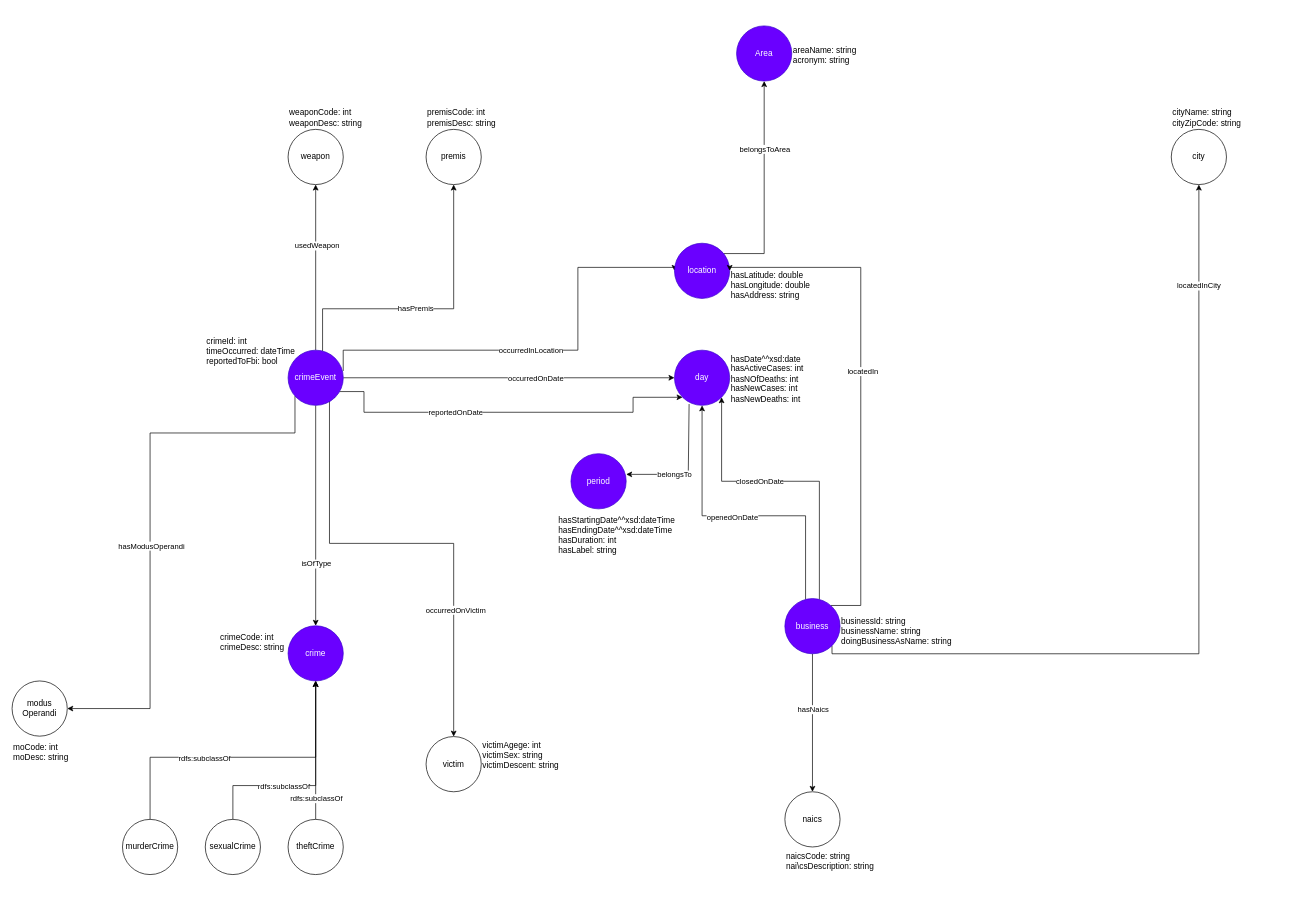
This is requirements analysis/Bitsei_ontology.drawio from mircocazzaro/bitsei-db2-unipd, a draw.io file, before an edit. Source tidied: cells renumbered, new cells numbered last; positions are measured from the earlier drawing's top-left corner, leaving out a move shared by most shapes. Both pictures are drawn from the tidied source at 69%, with x=0, y=0 at pixel (12, 12).
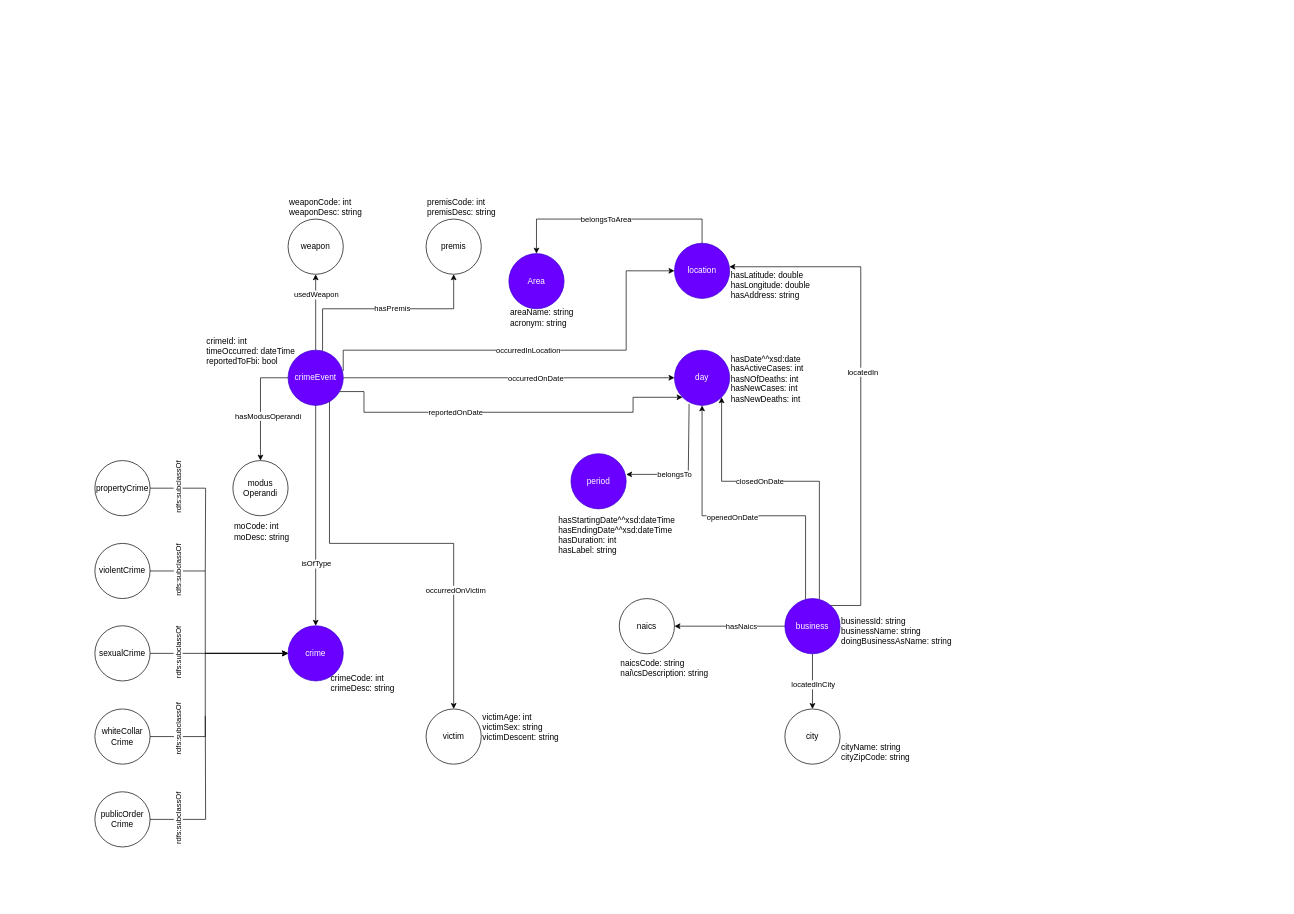
The same page after the edit.

Commit message:
feat(drawio): added the 5 subclasses of crime

The change refers to these unchanged cells:
```xml
<mxCell id="2" style="edgeStyle=orthogonalEdgeStyle;rounded=0;jettySize=auto;html=1;" parent="1" edge="1" source="18" target="20">
  <mxGeometry relative="1" as="geometry" />
</mxCell>
<mxCell id="6" style="edgeStyle=orthogonalEdgeStyle;rounded=0;jettySize=auto;html=1;" parent="1" edge="1" source="18" target="25">
  <mxGeometry relative="1" as="geometry">
    <Array as="points">
      <mxPoint x="450" y="430" />
      <mxPoint x="640" y="430" />
    </Array>
  </mxGeometry>
</mxCell>
<mxCell id="18" value="crimeEvent" style="ellipse;whiteSpace=wrap;html=1;fillColor=#6a00ff;strokeColor=#3700CC;fontColor=#ffffff;" parent="1" vertex="1">
  <mxGeometry x="400" y="490" width="80" height="80" as="geometry" />
</mxCell>
<mxCell id="19" value="crime" style="ellipse;whiteSpace=wrap;html=1;fillColor=#6a00ff;strokeColor=#3700CC;fontColor=#ffffff;" parent="1" vertex="1">
  <mxGeometry x="400" y="889.4" width="80" height="80" as="geometry" />
</mxCell>
<mxCell id="23" value="location" style="ellipse;whiteSpace=wrap;html=1;fillColor=#6a00ff;strokeColor=#3700CC;fontColor=#ffffff;" parent="1" vertex="1">
  <mxGeometry x="960" y="335" width="80" height="80" as="geometry" />
</mxCell>
<mxCell id="38" value="business" style="ellipse;whiteSpace=wrap;html=1;fillColor=#6a00ff;strokeColor=#3700CC;fontColor=#ffffff;" parent="1" vertex="1">
  <mxGeometry x="1120" y="850" width="80" height="80" as="geometry" />
</mxCell>
<mxCell id="57" value="&lt;div&gt;hasLatitude: double&lt;/div&gt;&lt;div&gt;hasLongitude: double&lt;br&gt;&lt;/div&gt;&lt;div&gt;hasAddress: string&lt;br&gt;&lt;/div&gt;" style="text;html=1;strokeColor=none;fillColor=none;align=left;verticalAlign=bottom;whiteSpace=wrap;rounded=0;" parent="1" vertex="1">
  <mxGeometry x="1040" y="340" width="160" height="80" as="geometry" />
</mxCell>
<mxCell id="59" value="&lt;div&gt;crimeId: int&lt;/div&gt;&lt;div&gt;timeOccurred: dateTime&lt;/div&gt;&lt;div&gt;reportedToFbi: bool&lt;/div&gt;&lt;div&gt;&lt;br&gt;&lt;/div&gt;" style="text;html=1;strokeColor=none;fillColor=none;align=left;verticalAlign=bottom;whiteSpace=wrap;rounded=0;" parent="1" vertex="1">
  <mxGeometry x="280" y="450" width="160" height="80" as="geometry" />
</mxCell>
```

Diff of the diagram source:
```diff
@@
     <mxCell id="3" value="usedWeapon" style="edgeLabel;html=1;align=center;verticalAlign=middle;" parent="2" vertex="1">
-      <mxGeometry x="0.27" y="-1" relative="1" as="geometry" />
+      <mxGeometry x="0.27" y="-1" relative="1" as="geometry">
+        <mxPoint x="-1" y="-11" as="offset" />
+      </mxGeometry>
     </mxCell>
-    <mxCell id="4" style="edgeStyle=orthogonalEdgeStyle;rounded=0;jettySize=auto;html=1;" parent="1" edge="1" source="18" target="24">
+    <mxCell id="4" style="edgeStyle=orthogonalEdgeStyle;rounded=0;jettySize=auto;html=1;entryX=0.5;entryY=0;entryDx=0;entryDy=0;exitX=0.75;exitY=1;exitDx=0;exitDy=0;" parent="1" edge="1" source="59" target="24">
       <mxGeometry relative="1" as="geometry">
         <Array as="points">
-          <mxPoint x="410" y="610" />
-          <mxPoint x="200" y="610" />
+          <mxPoint x="360" y="530" />
         </Array>
       </mxGeometry>
     </mxCell>
     <mxCell id="5" value="hasModusOperandi" style="edgeLabel;html=1;align=center;verticalAlign=middle;" parent="4" vertex="1">
       <mxGeometry x="0.09" y="2" relative="1" as="geometry">
-        <mxPoint x="-1" as="offset" />
+        <mxPoint x="8" y="8" as="offset" />
       </mxGeometry>
     </mxCell>
@@
     <mxCell id="7" value="hasPremis" style="edgeLabel;html=1;align=center;verticalAlign=middle;" parent="6" vertex="1">
-      <mxGeometry x="-0.09" y="1" relative="1" as="geometry" />
+      <mxGeometry x="-0.09" y="1" relative="1" as="geometry">
+        <mxPoint x="25" as="offset" />
+      </mxGeometry>
     </mxCell>
@@
     <mxCell id="14" style="edgeStyle=orthogonalEdgeStyle;rounded=0;jettySize=auto;html=1;entryX=0;entryY=0.5;entryDx=0;entryDy=0;exitX=0.999;exitY=0.378;exitDx=0;exitDy=0;exitPerimeter=0;" parent="1" edge="1" source="18" target="23">
       <mxGeometry relative="1" as="geometry">
         <Array as="points">
           <mxPoint x="480" y="490" />
-          <mxPoint x="820" y="490" />
-          <mxPoint x="820" y="370" />
+          <mxPoint x="890" y="490" />
+          <mxPoint x="890" y="375" />
         </Array>
       </mxGeometry>
     </mxCell>
@@
     <mxCell id="20" value="weapon" style="ellipse;whiteSpace=wrap;html=1;" parent="1" vertex="1">
-      <mxGeometry x="400" y="170" width="80" height="80" as="geometry" />
+      <mxGeometry x="400" y="300" width="80" height="80" as="geometry" />
     </mxCell>
     <mxCell id="21" style="edgeStyle=orthogonalEdgeStyle;rounded=0;jettySize=auto;html=1;" parent="1" edge="1" source="23" target="61">
       <mxGeometry relative="1" as="geometry">
         <Array as="points">
-          <mxPoint x="1090" y="350" />
+          <mxPoint x="1000" y="300" />
+          <mxPoint x="760" y="300" />
         </Array>
       </mxGeometry>
     </mxCell>
     <mxCell id="22" value="&lt;div&gt;belongsToArea&lt;/div&gt;" style="edgeLabel;html=1;align=center;verticalAlign=middle;" parent="21" vertex="1">
-      <mxGeometry x="0.36" relative="1" as="geometry" />
+      <mxGeometry x="0.36" relative="1" as="geometry">
+        <mxPoint x="46" as="offset" />
+      </mxGeometry>
     </mxCell>
@@
     <mxCell id="24" value="&lt;div&gt;modus&lt;/div&gt;&lt;div&gt;Operandi&lt;/div&gt;" style="ellipse;whiteSpace=wrap;html=1;" parent="1" vertex="1">
-      <mxGeometry y="969.4" width="80" height="80" as="geometry" />
+      <mxGeometry x="320" y="650" width="80" height="80" as="geometry" />
     </mxCell>
     <mxCell id="25" value="premis" style="ellipse;whiteSpace=wrap;html=1;" parent="1" vertex="1">
-      <mxGeometry x="600" y="170" width="80" height="80" as="geometry" />
+      <mxGeometry x="600" y="300" width="80" height="80" as="geometry" />
     </mxCell>
@@
     <mxCell id="27" value="victim" style="ellipse;whiteSpace=wrap;html=1;" parent="1" vertex="1">
-      <mxGeometry x="600" y="1050" width="80" height="80" as="geometry" />
+      <mxGeometry x="600" y="1010" width="80" height="80" as="geometry" />
     </mxCell>
@@
-    <mxCell id="32" style="edgeStyle=orthogonalEdgeStyle;rounded=0;jettySize=auto;html=1;entryX=1;entryY=0.5;entryDx=0;entryDy=0;" parent="1" edge="1" source="38" target="23">
+    <mxCell id="32" style="edgeStyle=orthogonalEdgeStyle;rounded=0;jettySize=auto;html=1;entryX=-0.003;entryY=0.364;entryDx=0;entryDy=0;entryPerimeter=0;" parent="1" edge="1" source="38" target="57">
       <mxGeometry relative="1" as="geometry">
         <Array as="points">
           <mxPoint x="1230" y="860" />
-          <mxPoint x="1230" y="370" />
+          <mxPoint x="1230" y="369" />
         </Array>
       </mxGeometry>
     </mxCell>
@@
-    <mxCell id="36" style="edgeStyle=orthogonalEdgeStyle;rounded=0;jettySize=auto;html=1;exitX=1;exitY=1;exitDx=0;exitDy=0;entryX=0.5;entryY=1;entryDx=0;entryDy=0;" parent="1" edge="1" source="38" target="56">
+    <mxCell id="36" style="edgeStyle=orthogonalEdgeStyle;rounded=0;jettySize=auto;html=1;exitX=0.5;exitY=1;exitDx=0;exitDy=0;entryX=0.5;entryY=0;entryDx=0;entryDy=0;" parent="1" edge="1" source="38" target="56">
       <mxGeometry relative="1" as="geometry">
         <Array as="points">
-          <mxPoint x="1188" y="930" />
-          <mxPoint x="1720" y="930" />
+          <mxPoint x="1160" y="930" />
         </Array>
       </mxGeometry>
     </mxCell>
     <mxCell id="37" value="locatedInCity" style="edgeLabel;html=1;align=center;verticalAlign=middle;" parent="36" vertex="1">
-      <mxGeometry x="0.76" y="1" relative="1" as="geometry" />
+      <mxGeometry x="0.76" y="1" relative="1" as="geometry">
+        <mxPoint x="-1" y="-26" as="offset" />
+      </mxGeometry>
     </mxCell>
@@
     <mxCell id="39" value="naics" style="ellipse;whiteSpace=wrap;html=1;" parent="1" vertex="1">
-      <mxGeometry x="1120" y="1130" width="80" height="80" as="geometry" />
+      <mxGeometry x="880" y="850" width="80" height="80" as="geometry" />
     </mxCell>
-    <mxCell id="40" style="edgeStyle=orthogonalEdgeStyle;rounded=0;jettySize=auto;html=1;entryX=0.5;entryY=1;entryDx=0;entryDy=0;" parent="1" edge="1" source="42" target="19">
+    <mxCell id="40" style="edgeStyle=orthogonalEdgeStyle;rounded=0;jettySize=auto;html=1;entryX=0;entryY=0.5;entryDx=0;entryDy=0;exitX=1;exitY=0.5;exitDx=0;exitDy=0;" parent="1" edge="1" source="42" target="19">
       <mxGeometry relative="1" as="geometry">
         <Array as="points">
-          <mxPoint x="200" y="1080" />
-          <mxPoint x="440" y="1080" />
+          <mxPoint x="280" y="810" />
+          <mxPoint x="280" y="929" />
         </Array>
       </mxGeometry>
     </mxCell>
-    <mxCell id="41" value="rdfs:subclassOf" style="edgeLabel;html=1;align=center;verticalAlign=middle;" parent="40" vertex="1">
+    <mxCell id="41" value="rdfs:subclassOf" style="edgeLabel;html=1;align=center;verticalAlign=middle;rotation=270;" parent="40" vertex="1">
       <mxGeometry x="-0.31" y="-1" relative="1" as="geometry">
-        <mxPoint x="16" as="offset" />
+        <mxPoint x="-39" y="-30" as="offset" />
       </mxGeometry>
     </mxCell>
-    <mxCell id="42" value="murderCrime" style="ellipse;whiteSpace=wrap;html=1;" parent="1" vertex="1">
-      <mxGeometry x="160" y="1170" width="80" height="80" as="geometry" />
+    <mxCell id="42" value="violentCrime" style="ellipse;whiteSpace=wrap;html=1;" parent="1" vertex="1">
+      <mxGeometry x="120" y="770" width="80" height="80" as="geometry" />
     </mxCell>
-    <mxCell id="43" style="edgeStyle=orthogonalEdgeStyle;rounded=0;jettySize=auto;html=1;exitX=0.5;exitY=0;exitDx=0;exitDy=0;entryX=0.5;entryY=1;entryDx=0;entryDy=0;" parent="1" edge="1" source="45" target="19">
-      <mxGeometry relative="1" as="geometry" />
+    <mxCell id="43" style="edgeStyle=orthogonalEdgeStyle;rounded=0;jettySize=auto;html=1;exitX=1;exitY=0.5;exitDx=0;exitDy=0;entryX=0;entryY=0.5;entryDx=0;entryDy=0;" parent="1" edge="1" source="45" target="19">
+      <mxGeometry relative="1" as="geometry">
+        <Array as="points">
+          <mxPoint x="280" y="1050" />
+          <mxPoint x="280" y="929" />
+        </Array>
+      </mxGeometry>
     </mxCell>
-    <mxCell id="44" value="rdfs:subclassOf" style="edgeLabel;html=1;align=center;verticalAlign=middle;" parent="43" vertex="1">
-      <mxGeometry x="-0.69" relative="1" as="geometry" />
+    <mxCell id="44" value="rdfs:subclassOf" style="edgeLabel;html=1;align=center;verticalAlign=middle;rotation=-90;" parent="43" vertex="1">
+      <mxGeometry x="-0.69" relative="1" as="geometry">
+        <mxPoint x="-10" y="-10" as="offset" />
+      </mxGeometry>
     </mxCell>
-    <mxCell id="45" value="theftCrime" style="ellipse;whiteSpace=wrap;html=1;" parent="1" vertex="1">
-      <mxGeometry x="400" y="1170" width="80" height="80" as="geometry" />
+    <mxCell id="45" value="whiteCollar&lt;br&gt;Crime" style="ellipse;whiteSpace=wrap;html=1;" parent="1" vertex="1">
+      <mxGeometry x="120" y="1010" width="80" height="80" as="geometry" />
     </mxCell>
-    <mxCell id="46" style="edgeStyle=orthogonalEdgeStyle;rounded=0;jettySize=auto;html=1;entryX=0.5;entryY=1;entryDx=0;entryDy=0;exitX=0.5;exitY=0;exitDx=0;exitDy=0;" parent="1" edge="1" source="48" target="19">
+    <mxCell id="46" style="edgeStyle=orthogonalEdgeStyle;rounded=0;jettySize=auto;html=1;entryX=0;entryY=0.5;entryDx=0;entryDy=0;exitX=1;exitY=0.5;exitDx=0;exitDy=0;" parent="1" edge="1" source="48" target="19">
       <mxGeometry relative="1" as="geometry">
         <Array as="points">
-          <mxPoint x="320" y="1121" />
-          <mxPoint x="440" y="1121" />
+          <mxPoint x="400" y="930" />
         </Array>
       </mxGeometry>
     </mxCell>
-    <mxCell id="47" value="rdfs:subclassOf" style="edgeLabel;html=1;align=center;verticalAlign=middle;" parent="46" vertex="1">
+    <mxCell id="47" value="rdfs:subclassOf" style="edgeLabel;html=1;align=center;verticalAlign=middle;rotation=-90;" parent="46" vertex="1">
       <mxGeometry x="-0.44" relative="1" as="geometry">
-        <mxPoint x="32" as="offset" />
+        <mxPoint x="-16" as="offset" />
       </mxGeometry>
     </mxCell>
     <mxCell id="48" value="sexualCrime" style="ellipse;whiteSpace=wrap;html=1;" parent="1" vertex="1">
-      <mxGeometry x="280" y="1170" width="80" height="80" as="geometry" />
+      <mxGeometry x="120" y="889.4" width="80" height="80" as="geometry" />
     </mxCell>
     <mxCell id="49" value="&lt;div&gt;weaponCode: int&lt;/div&gt;&lt;div&gt;weaponDesc: string&lt;br&gt;&lt;/div&gt;" style="text;html=1;strokeColor=none;fillColor=none;align=left;verticalAlign=bottom;whiteSpace=wrap;rounded=0;" parent="1" vertex="1">
-      <mxGeometry x="400" y="90" width="160" height="80" as="geometry" />
+      <mxGeometry x="400" y="220" width="160" height="80" as="geometry" />
     </mxCell>
     <mxCell id="50" value="&lt;div&gt;moCode: int&lt;/div&gt;&lt;div&gt;moDesc: string&lt;br&gt;&lt;/div&gt;" style="text;html=1;strokeColor=none;fillColor=none;align=left;verticalAlign=bottom;whiteSpace=wrap;rounded=0;" parent="1" vertex="1">
-      <mxGeometry y="1010" width="160" height="80" as="geometry" />
+      <mxGeometry x="320" y="690" width="160" height="80" as="geometry" />
     </mxCell>
     <mxCell id="51" value="premisCode: int&lt;div&gt;premisDesc: string&lt;br&gt;&lt;/div&gt;" style="text;html=1;strokeColor=none;fillColor=none;align=left;verticalAlign=bottom;whiteSpace=wrap;rounded=0;" parent="1" vertex="1">
-      <mxGeometry x="600" y="90" width="160" height="80" as="geometry" />
+      <mxGeometry x="600" y="220" width="160" height="80" as="geometry" />
     </mxCell>
     <mxCell id="52" value="&lt;div&gt;naicsCode: string&lt;/div&gt;&lt;div&gt;nai\csDescription: string&lt;br&gt;&lt;/div&gt;" style="text;html=1;strokeColor=none;fillColor=none;align=left;verticalAlign=top;whiteSpace=wrap;rounded=0;" parent="1" vertex="1">
-      <mxGeometry x="1120" y="1210" width="160" height="80" as="geometry" />
+      <mxGeometry x="880" y="930" width="160" height="80" as="geometry" />
     </mxCell>
-    <mxCell id="53" value="&lt;div&gt;victimAgege: int&lt;/div&gt;&lt;div&gt;victimSex: string &lt;br&gt;&lt;/div&gt;&lt;div&gt;victimDescent: string &lt;br&gt;&lt;/div&gt;" style="text;html=1;strokeColor=none;fillColor=none;align=left;verticalAlign=top;whiteSpace=wrap;rounded=0;" parent="1" vertex="1">
-      <mxGeometry x="680" y="1049.4" width="160" height="80" as="geometry" />
+    <mxCell id="53" value="&lt;div&gt;victimAge&lt;span style=&quot;background-color: initial;&quot;&gt;: int&lt;/span&gt;&lt;/div&gt;&lt;div&gt;victimSex: string &lt;br&gt;&lt;/div&gt;&lt;div&gt;victimDescent: string &lt;br&gt;&lt;/div&gt;" style="text;html=1;strokeColor=none;fillColor=none;align=left;verticalAlign=top;whiteSpace=wrap;rounded=0;" parent="1" vertex="1">
+      <mxGeometry x="680" y="1009.4" width="160" height="80" as="geometry" />
     </mxCell>
@@
     <mxCell id="56" value="city" style="ellipse;whiteSpace=wrap;html=1;" parent="1" vertex="1">
-      <mxGeometry x="1680" y="170" width="80" height="80" as="geometry" />
+      <mxGeometry x="1120" y="1010" width="80" height="80" as="geometry" />
     </mxCell>
@@
     <mxCell id="58" value="&lt;div&gt;cityName: string&lt;/div&gt;&lt;div&gt;cityZipCode: string&lt;br&gt;&lt;/div&gt;" style="text;html=1;strokeColor=none;fillColor=none;align=left;verticalAlign=bottom;whiteSpace=wrap;rounded=0;" parent="1" vertex="1">
-      <mxGeometry x="1680" y="90" width="160" height="80" as="geometry" />
+      <mxGeometry x="1200" y="1010" width="160" height="80" as="geometry" />
     </mxCell>
@@
     <mxCell id="60" value="&lt;div&gt;crimeCode: int&lt;/div&gt;&lt;div&gt;crimeDesc: string&lt;br&gt;&lt;/div&gt;" style="text;html=1;strokeColor=none;fillColor=none;align=left;verticalAlign=bottom;whiteSpace=wrap;rounded=0;" parent="1" vertex="1">
-      <mxGeometry x="300" y="850" width="160" height="80" as="geometry" />
+      <mxGeometry x="460" y="910" width="160" height="80" as="geometry" />
     </mxCell>
     <mxCell id="61" value="Area" style="ellipse;whiteSpace=wrap;html=1;fillColor=#6a00ff;strokeColor=#3700CC;fontColor=#ffffff;" parent="1" vertex="1">
-      <mxGeometry x="1050" y="20" width="80" height="80" as="geometry" />
+      <mxGeometry x="720" y="350" width="80" height="80" as="geometry" />
     </mxCell>
     <mxCell id="62" value="&lt;br&gt;&lt;div&gt;areaName: string&lt;/div&gt;&lt;div&gt;acronym: string&lt;/div&gt;" style="text;html=1;strokeColor=none;fillColor=none;align=left;verticalAlign=bottom;whiteSpace=wrap;rounded=0;" parent="1" vertex="1">
-      <mxGeometry x="1130" width="160" height="80" as="geometry" />
+      <mxGeometry x="720" y="380" width="160" height="80" as="geometry" />
     </mxCell>
@@
+    <mxCell id="68" style="edgeStyle=orthogonalEdgeStyle;rounded=0;jettySize=auto;html=1;endArrow=none;endFill=0;" parent="1" edge="1" source="70">
+      <mxGeometry relative="1" as="geometry">
+        <mxPoint x="280" y="810" as="targetPoint" />
+      </mxGeometry>
+    </mxCell>
+    <mxCell id="69" value="rdfs:subclassOf" style="edgeLabel;html=1;align=center;verticalAlign=middle;rotation=-90;" parent="68" vertex="1">
+      <mxGeometry x="0.74" y="2" relative="1" as="geometry">
+        <mxPoint x="-42" y="-94" as="offset" />
+      </mxGeometry>
+    </mxCell>
+    <mxCell id="70" value="propertyCrime" style="ellipse;whiteSpace=wrap;html=1;" parent="1" vertex="1">
+      <mxGeometry x="120" y="650" width="80" height="80" as="geometry" />
+    </mxCell>
+    <mxCell id="71" style="edgeStyle=orthogonalEdgeStyle;rounded=0;jettySize=auto;html=1;endArrow=none;endFill=0;" parent="1" edge="1" source="73">
+      <mxGeometry relative="1" as="geometry">
+        <mxPoint x="280" y="1020" as="targetPoint" />
+      </mxGeometry>
+    </mxCell>
+    <mxCell id="72" value="rdfs:subclassOf" style="edgeLabel;html=1;align=center;verticalAlign=middle;rotation=-90;" parent="71" vertex="1">
+      <mxGeometry x="0.12" relative="1" as="geometry">
+        <mxPoint x="-40" y="48" as="offset" />
+      </mxGeometry>
+    </mxCell>
+    <mxCell id="73" value="publicOrder&lt;br&gt;Crime" style="ellipse;whiteSpace=wrap;html=1;" parent="1" vertex="1">
+      <mxGeometry x="120" y="1130" width="80" height="80" as="geometry" />
+    </mxCell>
```
